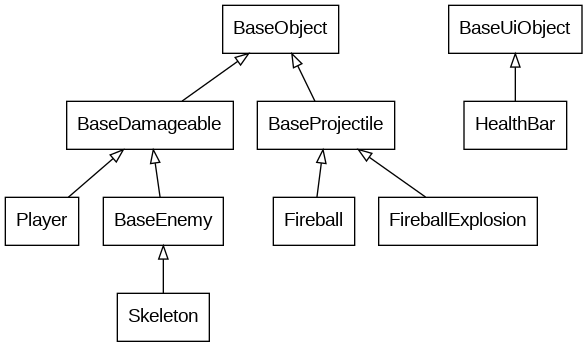
The Graphviz diagram inheritance.gv.png in lachfoy/2dgameABANDONED, before a commit. Its source is kept beside it as inheritance.gv.
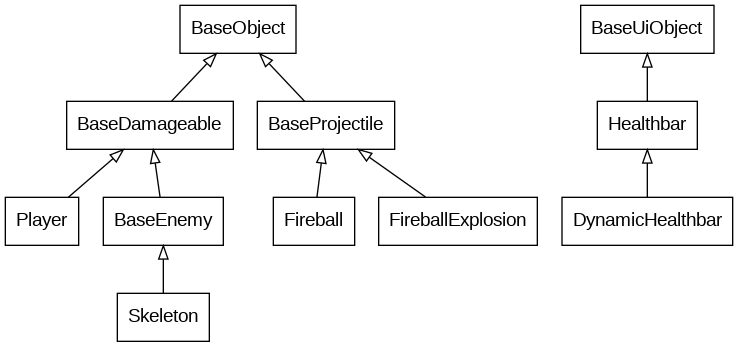
After the commit.

Diff of the diagram source:
```diff
@@ -7,6 +7,7 @@
     BaseProjectile->{Fireball, FireballExplosion}
     BaseEnemy->Skeleton
 
-    BaseUiObject->HealthBar
+    BaseUiObject->Healthbar
+    Healthbar->DynamicHealthbar
 }
 
```
